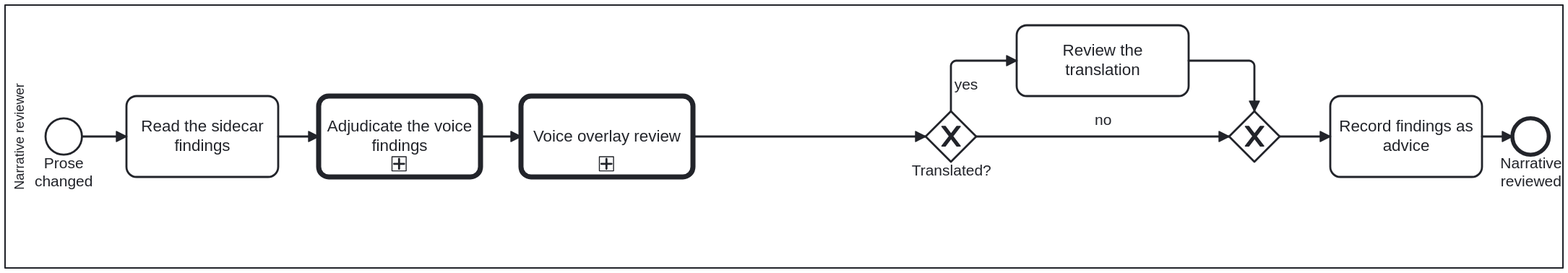
Earlier version of the BPMN export docs/assets/img/workflows/review-narrative.svg (litlfred/cat-harness). Its source is kept beside it as processes/content/review-narrative.bpmn. Ids are renumbered.
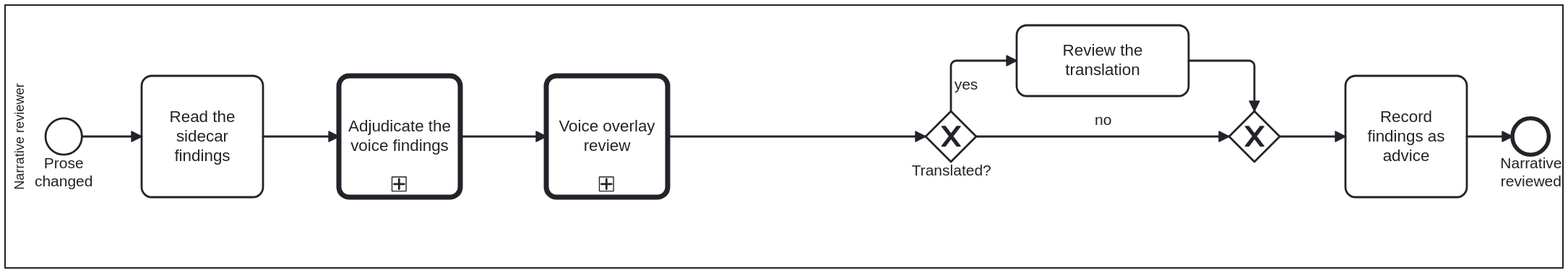
The same diagram one commit later.

What changed in the source:
```diff
@@ -116,46 +116,50 @@
   <bpmndi:BPMNDiagram id="Diagram_NarrativeReview">
     <bpmndi:BPMNPlane id="Plane_NarrativeReview" bpmnElement="Process_NarrativeReview">
       <bpmndi:BPMNShape id="S_Lane_NarrativeReviewer" bpmnElement="Lane_NarrativeReviewer" isHorizontal="true">
-        <dc:Bounds x="160" y="80" width="1540" height="260"/>
+        <dc:Bounds x="160" y="80" width="1540" height="260" />
       </bpmndi:BPMNShape>
       <bpmndi:BPMNShape id="S_Start_ProseChanged" bpmnElement="Start_ProseChanged">
-        <dc:Bounds x="200" y="192" width="36" height="36"/>
+        <dc:Bounds x="200" y="192" width="36" height="36" />
       </bpmndi:BPMNShape>
       <bpmndi:BPMNShape id="S_Task_ReadFindings" bpmnElement="Task_ReadFindings">
-        <dc:Bounds x="280" y="170" width="150" height="80"/>
+        <dc:Bounds x="295" y="150" width="120" height="120" />
       </bpmndi:BPMNShape>
       <bpmndi:BPMNShape id="S_Task_AdjudicateVoice" bpmnElement="Task_AdjudicateVoice">
-        <dc:Bounds x="470" y="170" width="160" height="80"/>
+        <dc:Bounds x="490" y="150" width="120" height="120" />
       </bpmndi:BPMNShape>
       <bpmndi:BPMNShape id="S_Call_VoiceOverlay" bpmnElement="Call_VoiceOverlay">
-        <dc:Bounds x="670" y="170" width="170" height="80"/>
+        <dc:Bounds x="695" y="150" width="120" height="120" />
       </bpmndi:BPMNShape>
       <bpmndi:BPMNShape id="S_GW_Translated" bpmnElement="GW_Translated" isMarkerVisible="true">
-        <dc:Bounds x="1070" y="185" width="50" height="50"/>
+        <dc:Bounds x="1070" y="185" width="50" height="50" />
       </bpmndi:BPMNShape>
       <bpmndi:BPMNShape id="S_Task_ReviewTranslation" bpmnElement="Task_ReviewTranslation">
-        <dc:Bounds x="1160" y="100" width="170" height="70"/>
+        <dc:Bounds x="1160" y="100" width="170" height="70" />
       </bpmndi:BPMNShape>
       <bpmndi:BPMNShape id="S_GW_Join" bpmnElement="GW_Join" isMarkerVisible="true">
-        <dc:Bounds x="1370" y="185" width="50" height="50"/>
+        <dc:Bounds x="1370" y="185" width="50" height="50" />
       </bpmndi:BPMNShape>
       <bpmndi:BPMNShape id="S_Task_RecordFindings" bpmnElement="Task_RecordFindings">
-        <dc:Bounds x="1470" y="170" width="150" height="80"/>
+        <dc:Bounds x="1485" y="150" width="120" height="120" />
       </bpmndi:BPMNShape>
       <bpmndi:BPMNShape id="S_End_NarrativeReviewed" bpmnElement="End_NarrativeReviewed">
-        <dc:Bounds x="1650" y="192" width="36" height="36"/>
+        <dc:Bounds x="1650" y="192" width="36" height="36" />
       </bpmndi:BPMNShape>
       <bpmndi:BPMNEdge id="E_F_N1" bpmnElement="F_N1">
-        <di:waypoint x="236" y="210"/><di:waypoint x="280" y="210"/>
+        <di:waypoint x="236" y="210" />
+        <di:waypoint x="295" y="210" />
       </bpmndi:BPMNEdge>
       <bpmndi:BPMNEdge id="E_F_N2" bpmnElement="F_N2">
-        <di:waypoint x="430" y="210"/><di:waypoint x="470" y="210"/>
+        <di:waypoint x="415" y="210" />
+        <di:waypoint x="490" y="210" />
       </bpmndi:BPMNEdge>
       <bpmndi:BPMNEdge id="E_F_N3" bpmnElement="F_N3">
-        <di:waypoint x="630" y="210"/><di:waypoint x="670" y="210"/>
+        <di:waypoint x="610" y="210" />
+        <di:waypoint x="695" y="210" />
       </bpmndi:BPMNEdge>
       <bpmndi:BPMNEdge id="E_F_N3b" bpmnElement="F_N3b">
-        <di:waypoint x="840" y="210"/><di:waypoint x="1070" y="210"/>
+        <di:waypoint x="815" y="210" />
+        <di:waypoint x="1070" y="210" />
       </bpmndi:BPMNEdge>
       <bpmndi:BPMNEdge id="E_F_N5" bpmnElement="F_N5">
         <di:waypoint x="1095" y="185"/><di:waypoint x="1095" y="135"/><di:waypoint x="1160" y="135"/>
@@ -167,10 +171,12 @@
         <di:waypoint x="1330" y="135"/><di:waypoint x="1395" y="135"/><di:waypoint x="1395" y="185"/>
       </bpmndi:BPMNEdge>
       <bpmndi:BPMNEdge id="E_F_N8" bpmnElement="F_N8">
-        <di:waypoint x="1420" y="210"/><di:waypoint x="1470" y="210"/>
+        <di:waypoint x="1420" y="210" />
+        <di:waypoint x="1485" y="210" />
       </bpmndi:BPMNEdge>
       <bpmndi:BPMNEdge id="E_F_N9" bpmnElement="F_N9">
-        <di:waypoint x="1620" y="210"/><di:waypoint x="1650" y="210"/>
+        <di:waypoint x="1605" y="210" />
+        <di:waypoint x="1650" y="210" />
       </bpmndi:BPMNEdge>
     </bpmndi:BPMNPlane>
   </bpmndi:BPMNDiagram>
```
